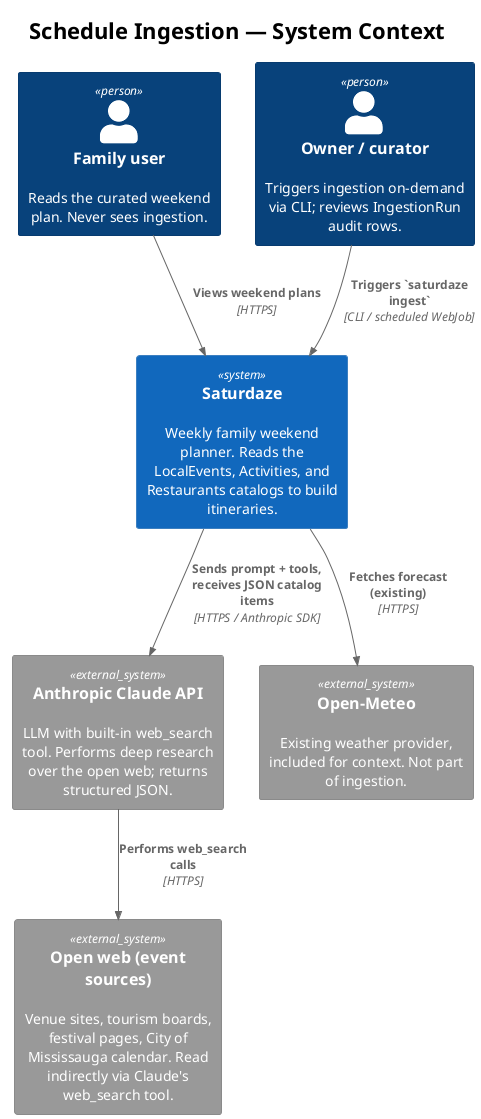
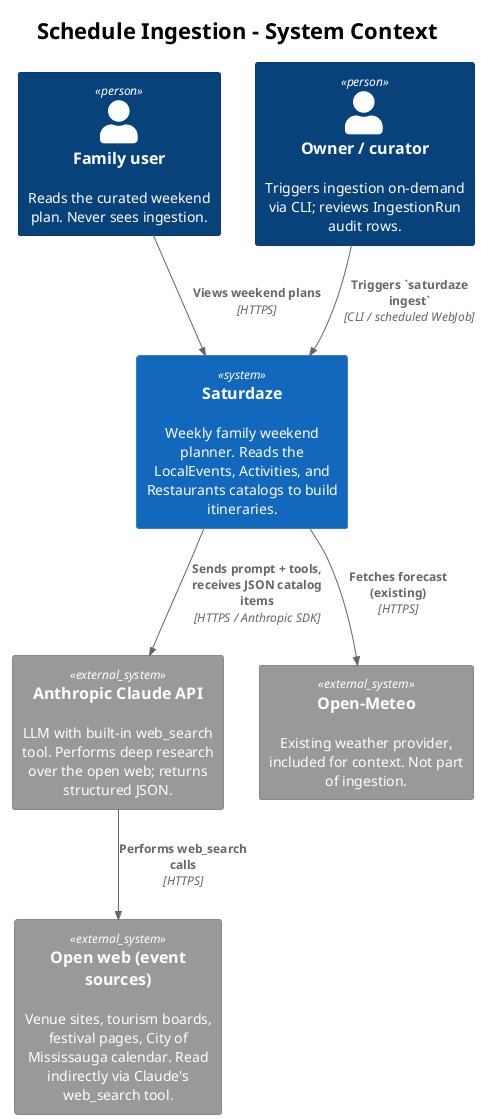
@startuml c4_context
!theme plain
!include <C4/C4_Context>

- title Schedule Ingestion — System Context
+ title Schedule Ingestion - System Context

Person(family, "Family user", "Reads the curated weekend plan. Never sees ingestion.")
Person(owner, "Owner / curator", "Triggers ingestion on-demand via CLI; reviews IngestionRun audit rows.")

System(saturdaze, "Saturdaze", "Weekly family weekend planner. Reads the LocalEvents, Activities, and Restaurants catalogs to build itineraries.")

System_Ext(claude, "Anthropic Claude API", "LLM with built-in web_search tool. Performs deep research over the open web; returns structured JSON.")
System_Ext(openweb, "Open web (event sources)", "Venue sites, tourism boards, festival pages, City of Mississauga calendar. Read indirectly via Claude's web_search tool.")
System_Ext(openmeteo, "Open-Meteo", "Existing weather provider, included for context. Not part of ingestion.")

Rel(family, saturdaze, "Views weekend plans", "HTTPS")
Rel(owner, saturdaze, "Triggers `saturdaze ingest`", "CLI / scheduled WebJob")
Rel(saturdaze, claude, "Sends prompt + tools, receives JSON catalog items", "HTTPS / Anthropic SDK")
Rel(claude, openweb, "Performs web_search calls", "HTTPS")
Rel(saturdaze, openmeteo, "Fetches forecast (existing)", "HTTPS")

@enduml
